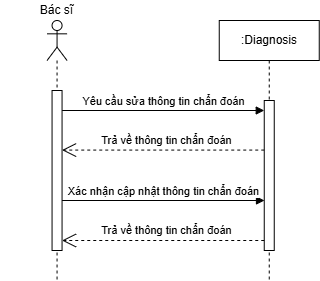
Above: latex_20241/Images/sequence/diagnosis/update.drawio.png in techcomrade/fmECG (draw.io), before the change. Source tidied: cells renumbered, new cells last; positions are measured from the earlier drawing's top-left corner, leaving out a move shared by most shapes.
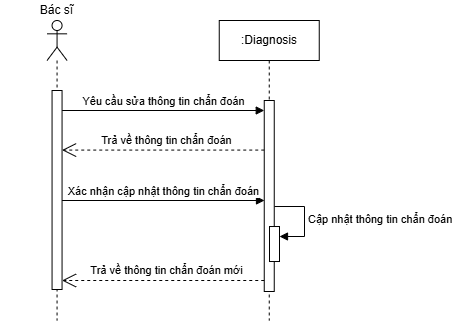
Later version of the same file.

Commit message:
improve(latex): add some sequence diagrams to chapter 2

The edit, as a diff of the source:
```diff
@@ -8,30 +8,41 @@
       </mxGeometry>
     </mxCell>
     <mxCell id="3" value="&lt;div&gt;&lt;br&gt;&lt;/div&gt;" style="shape=umlLifeline;perimeter=lifelinePerimeter;whiteSpace=wrap;html=1;newEdgeStyle={&quot;curved&quot;:0,&quot;rounded&quot;:0};participant=umlActor;" parent="1" vertex="1">
-      <mxGeometry x="46.6" y="20" width="20" height="260" as="geometry" />
+      <mxGeometry x="46.6" y="20" width="20" height="300" as="geometry" />
     </mxCell>
     <mxCell id="4" style="html=1;perimeter=orthogonalPerimeter;targetShapes=umlLifeline;newEdgeStyle={&quot;curved&quot;:0,&quot;rounded&quot;:0};" parent="3" vertex="1">
-      <mxGeometry x="5" y="70" width="10" height="160" as="geometry" />
+      <mxGeometry x="5" y="70" width="10" height="199" as="geometry" />
     </mxCell>
     <mxCell id="5" value="Bác sĩ" style="text;html=1;strokeColor=none;fillColor=none;align=center;verticalAlign=middle;whiteSpace=wrap;rounded=0;" parent="1" vertex="1">
       <mxGeometry x="-0.2" width="113.4" height="20" as="geometry" />
     </mxCell>
     <mxCell id="6" value=":Diagnosis" style="shape=umlLifeline;perimeter=lifelinePerimeter;whiteSpace=wrap;html=1;newEdgeStyle={&quot;curved&quot;:0,&quot;rounded&quot;:0};" parent="1" vertex="1">
-      <mxGeometry x="218.8" y="20" width="100" height="260" as="geometry" />
+      <mxGeometry x="218.8" y="20" width="100" height="300" as="geometry" />
     </mxCell>
     <mxCell id="7" style="html=1;points=[[0,0,0,0,5],[0,1,0,0,-5],[1,0,0,0,5],[1,1,0,0,-5]];perimeter=orthogonalPerimeter;outlineConnect=0;targetShapes=umlLifeline;portConstraint=eastwest;newEdgeStyle={&quot;curved&quot;:0,&quot;rounded&quot;:0};" parent="6" vertex="1">
-      <mxGeometry x="45" y="80" width="10" height="150" as="geometry" />
+      <mxGeometry x="45" y="80" width="10" height="191" as="geometry" />
     </mxCell>
+    <mxCell id="11" style="html=1;points=[[0,0,0,0,5],[0,1,0,0,-5],[1,0,0,0,5],[1,1,0,0,-5]];perimeter=orthogonalPerimeter;outlineConnect=0;targetShapes=umlLifeline;portConstraint=eastwest;newEdgeStyle={&quot;curved&quot;:0,&quot;rounded&quot;:0};" parent="6" vertex="1">
+      <mxGeometry x="50.2" y="206" width="10" height="35" as="geometry" />
+    </mxCell>
+    <mxCell id="12" value="Cập nhật thông tin chẩn đoán" style="html=1;align=left;spacingLeft=2;endArrow=block;rounded=0;edgeStyle=orthogonalEdgeStyle;curved=0;rounded=0;" parent="6" edge="1" target="11">
+      <mxGeometry relative="1" as="geometry">
+        <mxPoint x="55.2" y="186" as="sourcePoint" />
+        <Array as="points">
+          <mxPoint x="85.2" y="216" />
+        </Array>
+      </mxGeometry>
+    </mxCell>
     <mxCell id="8" value="Trả về thông tin chẩn đoán" style="endArrow=open;endSize=12;dashed=1;html=1;rounded=0;" parent="1" edge="1">
       <mxGeometry x="-0.03" y="-10" relative="1" as="geometry">
         <mxPoint x="263.8" y="149.6" as="sourcePoint" />
         <mxPoint x="61.6" y="149.6" as="targetPoint" />
       </mxGeometry>
     </mxCell>
-    <mxCell id="9" value="Trả về thông tin chẩn đoán" style="endArrow=open;endSize=12;dashed=1;html=1;rounded=0;" parent="1" edge="1">
+    <mxCell id="9" value="Trả về thông tin chẩn đoán mới" style="endArrow=open;endSize=12;dashed=1;html=1;rounded=0;" parent="1" edge="1">
       <mxGeometry x="-0.03" y="-10" relative="1" as="geometry">
-        <mxPoint x="263.8" y="240" as="sourcePoint" />
-        <mxPoint x="61.6" y="240" as="targetPoint" />
+        <mxPoint x="263.8" y="280" as="sourcePoint" />
+        <mxPoint x="61.6" y="280" as="targetPoint" />
       </mxGeometry>
     </mxCell>
     <mxCell id="10" value="Xác nhận cập nhật thông tin chẩn đoán" style="html=1;verticalAlign=bottom;endArrow=block;curved=0;rounded=0;" parent="1" edge="1">
```
